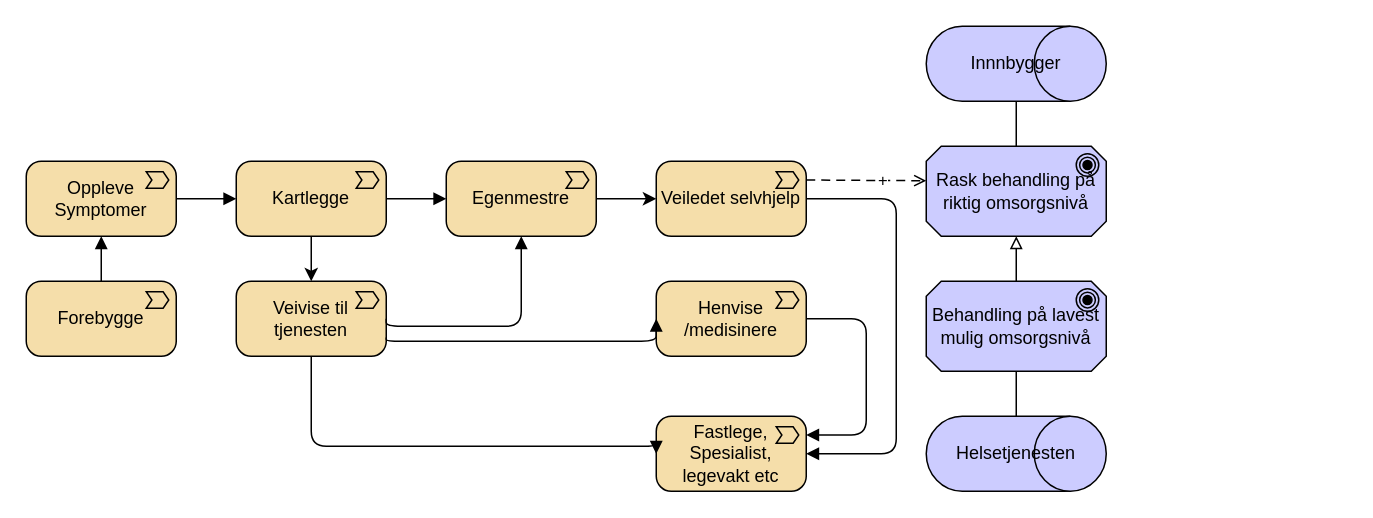
The draw.io diagram page "verdikjede-verdi" (3 of 3) of docs/interessent/value-chain.drawio in hdir/Digital-Forstelinje, before the edit. Source tidied: cells renumbered, new cells numbered last; positions are measured from the earlier drawing's top-left corner, leaving out a move shared by most shapes. Both pictures are drawn from the tidied source at 150%, with x=0, y=0 at pixel (26, 26).
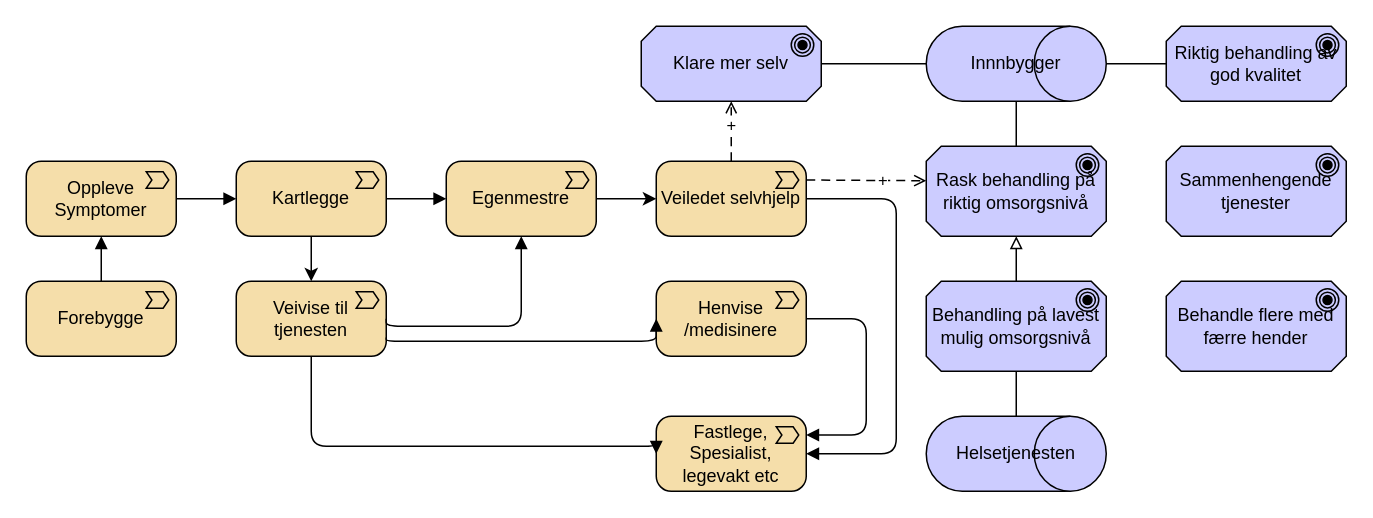
The same diagram, later.

The change refers to these unchanged cells:
```xml
<mxCell id="8" value="Veiledet selvhjelp" style="html=1;outlineConnect=0;whiteSpace=wrap;fillColor=#F5DEAA;shape=mxgraph.archimate3.application;appType=valueStream;archiType=rounded;" parent="1" vertex="1">
  <mxGeometry x="420" y="90" width="100" height="50" as="geometry" />
</mxCell>
<mxCell id="22" value="Innnbygger" style="html=1;outlineConnect=0;whiteSpace=wrap;fillColor=#CCCCFF;shape=mxgraph.archimate3.role;" parent="1" vertex="1">
  <mxGeometry x="600" width="120" height="50" as="geometry" />
</mxCell>
```

The edit, as a diff of the source:
```diff
@@
+    <mxCell id="28" value="Klare mer selv" style="html=1;outlineConnect=0;whiteSpace=wrap;fillColor=#CCCCFF;shape=mxgraph.archimate3.application;appType=goal;archiType=oct;" parent="1" vertex="1">
+      <mxGeometry x="410" width="120" height="50" as="geometry" />
+    </mxCell>
+    <mxCell id="29" value="Behandle flere med færre hender" style="html=1;whiteSpace=wrap;fillColor=#CCCCFF;shape=mxgraph.archimate3.application;appType=goal;archiType=oct;" parent="1" vertex="1">
+      <mxGeometry x="760" y="170" width="120" height="60" as="geometry" />
+    </mxCell>
+    <mxCell id="30" value="Sammenhengende tjenester" style="html=1;whiteSpace=wrap;fillColor=#CCCCFF;shape=mxgraph.archimate3.application;appType=goal;archiType=oct;" parent="1" vertex="1">
+      <mxGeometry x="760" y="80" width="120" height="60" as="geometry" />
+    </mxCell>
+    <mxCell id="31" value="+" style="edgeStyle=elbowEdgeStyle;html=1;endArrow=open;elbow=vertical;endFill=0;dashed=1;dashPattern=6 4;exitX=0.5;exitY=0;exitDx=0;exitDy=0;exitPerimeter=0;entryX=0.5;entryY=1;entryDx=0;entryDy=0;entryPerimeter=0;" parent="1" edge="1" source="8" target="28">
+      <mxGeometry x="0.25" y="1" relative="1" as="geometry">
+        <mxPoint x="1" y="1" as="offset" />
+      </mxGeometry>
+    </mxCell>
+    <mxCell id="32" style="edgeStyle=elbowEdgeStyle;html=1;endArrow=none;elbow=vertical;entryX=0;entryY=0.5;entryDx=0;entryDy=0;entryPerimeter=0;exitX=1;exitY=0.5;exitDx=0;exitDy=0;exitPerimeter=0;" parent="1" edge="1" source="28" target="22">
+      <mxGeometry relative="1" as="geometry" />
+    </mxCell>
+    <mxCell id="33" value="Riktig behandling av god kvalitet" style="html=1;outlineConnect=0;whiteSpace=wrap;fillColor=#CCCCFF;shape=mxgraph.archimate3.application;appType=goal;archiType=oct;" parent="1" vertex="1">
+      <mxGeometry x="760" width="120" height="50" as="geometry" />
+    </mxCell>
+    <mxCell id="34" style="edgeStyle=elbowEdgeStyle;html=1;endArrow=none;elbow=vertical;entryX=0;entryY=0.5;entryDx=0;entryDy=0;entryPerimeter=0;exitX=1;exitY=0.5;exitDx=0;exitDy=0;exitPerimeter=0;" parent="1" edge="1" source="22" target="33">
+      <mxGeometry relative="1" as="geometry" />
+    </mxCell>
```
